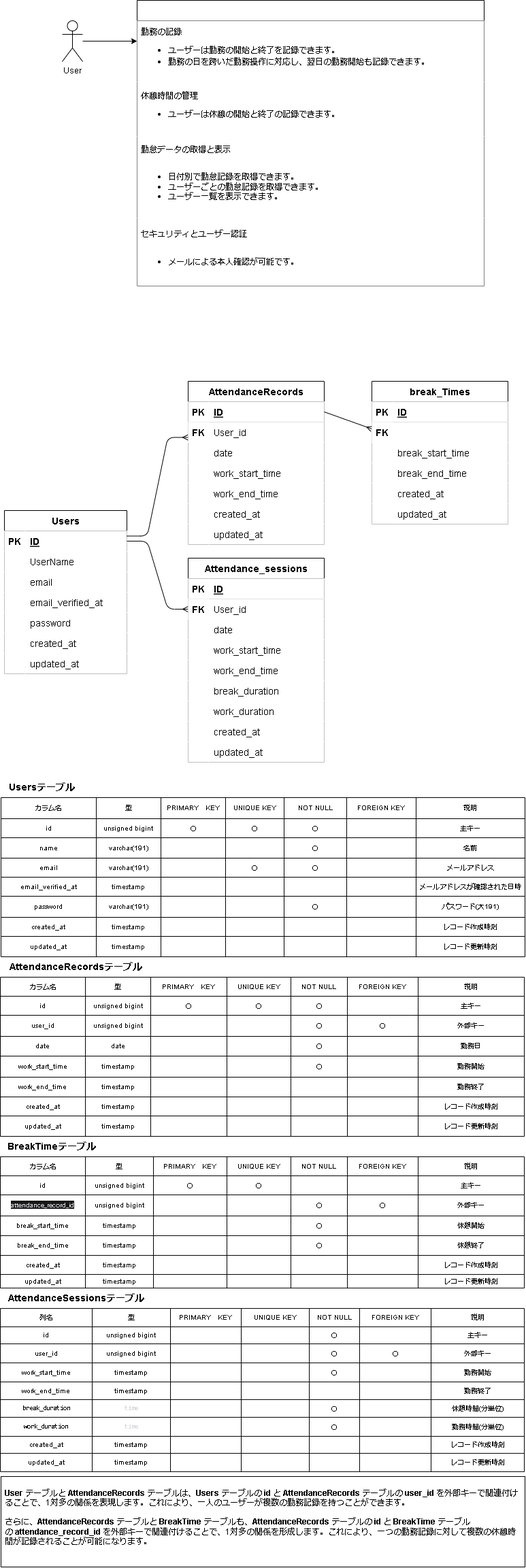
Before: atte.drawio.png, a diagram exported from draw.io (ponponmama/20240625-erika_hara-atte). Source tidied: cells renumbered, new cells last; positions are measured from the earlier drawing's top-left corner, leaving out a move shared by most shapes.
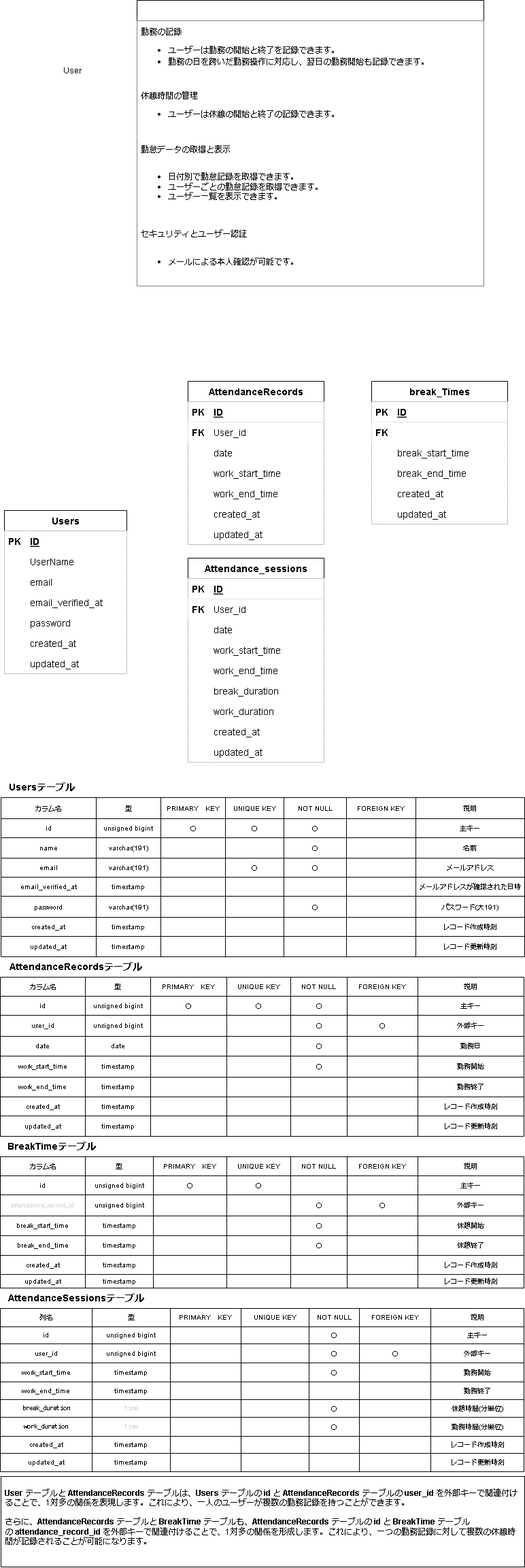
The same diagram one commit later.

Change to the diagram source:
```diff
@@ -275,13 +275,13 @@
     <mxCell id="92" value="updated_at" style="shape=partialRectangle;fillColor=default;top=0;left=0;bottom=0;right=0;align=left;spacingLeft=6;overflow=hidden;fontSize=14;" parent="90" vertex="1">
       <mxGeometry x="30" width="170" height="30" as="geometry" />
     </mxCell>
-    <mxCell id="93" style="edgeStyle=entityRelationEdgeStyle;fontSize=12;html=1;endArrow=ERmany;fontColor=#FFFFFF;endFill=0;startArrow=none;startFill=0;exitX=1;exitY=0.25;exitDx=0;exitDy=0;entryX=1;entryY=0.25;entryDx=0;entryDy=0;" parent="1" edge="1" source="5" target="96">
+    <mxCell id="93" style="edgeStyle=entityRelationEdgeStyle;fontSize=12;html=1;endArrow=ERmany;fontColor=#FFFFFF;endFill=0;startArrow=none;startFill=0;exitX=1;exitY=0.25;exitDx=0;exitDy=0;entryX=1;entryY=0.25;entryDx=0;entryDy=0;strokeColor=#FFFFFF;" parent="1" edge="1" source="5" target="96">
       <mxGeometry relative="1" as="geometry" />
     </mxCell>
-    <mxCell id="94" style="edgeStyle=entityRelationEdgeStyle;fontSize=12;html=1;endArrow=ERmany;fontColor=#FFFFFF;entryX=0;entryY=0.5;entryDx=0;entryDy=0;endFill=0;startArrow=none;startFill=0;exitX=1;exitY=0.5;exitDx=0;exitDy=0;" parent="1" edge="1" source="5" target="97">
+    <mxCell id="94" style="edgeStyle=entityRelationEdgeStyle;fontSize=12;html=1;endArrow=ERmany;fontColor=#FFFFFF;entryX=0;entryY=0.5;entryDx=0;entryDy=0;endFill=0;startArrow=none;startFill=0;exitX=1;exitY=0.5;exitDx=0;exitDy=0;strokeColor=#FFFFFF;" parent="1" edge="1" source="5" target="97">
       <mxGeometry relative="1" as="geometry" />
     </mxCell>
-    <mxCell id="95" style="fontSize=12;html=1;endArrow=ERmany;fontColor=#FFFFFF;endFill=0;startArrow=none;startFill=0;exitX=1;exitY=0.5;exitDx=0;exitDy=0;" parent="1" edge="1" source="27">
+    <mxCell id="95" style="fontSize=12;html=1;endArrow=ERmany;fontColor=#FFFFFF;endFill=0;startArrow=none;startFill=0;exitX=1;exitY=0.5;exitDx=0;exitDy=0;strokeColor=#FFFFFF;" parent="1" edge="1" source="27">
       <mxGeometry relative="1" as="geometry">
         <mxPoint x="546" y="630" as="targetPoint" />
       </mxGeometry>
@@ -745,7 +745,7 @@
     <mxCell id="248" style="shape=tableRow;horizontal=0;startSize=0;swimlaneHead=0;swimlaneBody=0;top=0;left=0;bottom=0;right=0;fillColor=none;fontSize=10;" parent="231" vertex="1">
       <mxGeometry y="56" width="770" height="31" as="geometry" />
     </mxCell>
-    <mxCell id="249" value="&lt;font style=&quot;font-size: 10px;&quot;&gt;&lt;span style=&quot;color: rgb(214, 214, 221); font-family: &amp;quot;Segoe WPC&amp;quot;, &amp;quot;Segoe UI&amp;quot;, &amp;quot;Yu Gothic UI&amp;quot;, &amp;quot;Meiryo UI&amp;quot;, sans-serif; text-align: start; background-color: rgb(24, 24, 24);&quot;&gt;a&lt;/span&gt;&lt;span style=&quot;color: rgb(214, 214, 221); font-family: &amp;quot;Segoe WPC&amp;quot;, &amp;quot;Segoe UI&amp;quot;, &amp;quot;Yu Gothic UI&amp;quot;, &amp;quot;Meiryo UI&amp;quot;, sans-serif; text-align: start; background-color: rgb(24, 24, 24);&quot;&gt;t&lt;/span&gt;&lt;span style=&quot;color: rgb(214, 214, 221); font-family: &amp;quot;Segoe WPC&amp;quot;, &amp;quot;Segoe UI&amp;quot;, &amp;quot;Yu Gothic UI&amp;quot;, &amp;quot;Meiryo UI&amp;quot;, sans-serif; text-align: start; background-color: rgb(24, 24, 24);&quot;&gt;t&lt;/span&gt;&lt;span style=&quot;color: rgb(214, 214, 221); font-family: &amp;quot;Segoe WPC&amp;quot;, &amp;quot;Segoe UI&amp;quot;, &amp;quot;Yu Gothic UI&amp;quot;, &amp;quot;Meiryo UI&amp;quot;, sans-serif; text-align: start; background-color: rgb(24, 24, 24);&quot;&gt;e&lt;/span&gt;&lt;span style=&quot;color: rgb(214, 214, 221); font-family: &amp;quot;Segoe WPC&amp;quot;, &amp;quot;Segoe UI&amp;quot;, &amp;quot;Yu Gothic UI&amp;quot;, &amp;quot;Meiryo UI&amp;quot;, sans-serif; text-align: start; background-color: rgb(24, 24, 24);&quot;&gt;n&lt;/span&gt;&lt;span style=&quot;color: rgb(214, 214, 221); font-family: &amp;quot;Segoe WPC&amp;quot;, &amp;quot;Segoe UI&amp;quot;, &amp;quot;Yu Gothic UI&amp;quot;, &amp;quot;Meiryo UI&amp;quot;, sans-serif; text-align: start; background-color: rgb(24, 24, 24);&quot;&gt;d&lt;/span&gt;&lt;span style=&quot;color: rgb(214, 214, 221); font-family: &amp;quot;Segoe WPC&amp;quot;, &amp;quot;Segoe UI&amp;quot;, &amp;quot;Yu Gothic UI&amp;quot;, &amp;quot;Meiryo UI&amp;quot;, sans-serif; text-align: start; background-color: rgb(24, 24, 24);&quot;&gt;a&lt;/span&gt;&lt;span style=&quot;color: rgb(214, 214, 221); font-family: &amp;quot;Segoe WPC&amp;quot;, &amp;quot;Segoe UI&amp;quot;, &amp;quot;Yu Gothic UI&amp;quot;, &amp;quot;Meiryo UI&amp;quot;, sans-serif; text-align: start; background-color: rgb(24, 24, 24);&quot;&gt;n&lt;/span&gt;&lt;span style=&quot;color: rgb(214, 214, 221); font-family: &amp;quot;Segoe WPC&amp;quot;, &amp;quot;Segoe UI&amp;quot;, &amp;quot;Yu Gothic UI&amp;quot;, &amp;quot;Meiryo UI&amp;quot;, sans-serif; text-align: start; background-color: rgb(24, 24, 24);&quot;&gt;c&lt;/span&gt;&lt;span style=&quot;color: rgb(214, 214, 221); font-family: &amp;quot;Segoe WPC&amp;quot;, &amp;quot;Segoe UI&amp;quot;, &amp;quot;Yu Gothic UI&amp;quot;, &amp;quot;Meiryo UI&amp;quot;, sans-serif; text-align: start; background-color: rgb(24, 24, 24);&quot;&gt;e&lt;/span&gt;&lt;span style=&quot;color: rgb(214, 214, 221); font-family: &amp;quot;Segoe WPC&amp;quot;, &amp;quot;Segoe UI&amp;quot;, &amp;quot;Yu Gothic UI&amp;quot;, &amp;quot;Meiryo UI&amp;quot;, sans-serif; text-align: start; background-color: rgb(24, 24, 24);&quot;&gt;_r&lt;/span&gt;&lt;span style=&quot;color: rgb(214, 214, 221); font-family: &amp;quot;Segoe WPC&amp;quot;, &amp;quot;Segoe UI&amp;quot;, &amp;quot;Yu Gothic UI&amp;quot;, &amp;quot;Meiryo UI&amp;quot;, sans-serif; text-align: start; background-color: rgb(24, 24, 24);&quot;&gt;e&lt;/span&gt;&lt;span style=&quot;color: rgb(214, 214, 221); font-family: &amp;quot;Segoe WPC&amp;quot;, &amp;quot;Segoe UI&amp;quot;, &amp;quot;Yu Gothic UI&amp;quot;, &amp;quot;Meiryo UI&amp;quot;, sans-serif; text-align: start; background-color: rgb(24, 24, 24);&quot;&gt;c&lt;/span&gt;&lt;span style=&quot;color: rgb(214, 214, 221); font-family: &amp;quot;Segoe WPC&amp;quot;, &amp;quot;Segoe UI&amp;quot;, &amp;quot;Yu Gothic UI&amp;quot;, &amp;quot;Meiryo UI&amp;quot;, sans-serif; text-align: start; background-color: rgb(24, 24, 24);&quot;&gt;o&lt;/span&gt;&lt;span style=&quot;color: rgb(214, 214, 221); font-family: &amp;quot;Segoe WPC&amp;quot;, &amp;quot;Segoe UI&amp;quot;, &amp;quot;Yu Gothic UI&amp;quot;, &amp;quot;Meiryo UI&amp;quot;, sans-serif; text-align: start; background-color: rgb(24, 24, 24);&quot;&gt;r&lt;/span&gt;&lt;span style=&quot;color: rgb(214, 214, 221); font-family: &amp;quot;Segoe WPC&amp;quot;, &amp;quot;Segoe UI&amp;quot;, &amp;quot;Yu Gothic UI&amp;quot;, &amp;quot;Meiryo UI&amp;quot;, sans-serif; text-align: start; background-color: rgb(24, 24, 24);&quot;&gt;d&lt;/span&gt;&lt;span style=&quot;color: rgb(214, 214, 221); font-family: &amp;quot;Segoe WPC&amp;quot;, &amp;quot;Segoe UI&amp;quot;, &amp;quot;Yu Gothic UI&amp;quot;, &amp;quot;Meiryo UI&amp;quot;, sans-serif; text-align: start; background-color: rgb(24, 24, 24);&quot;&gt;_i&lt;/span&gt;&lt;span style=&quot;color: rgb(214, 214, 221); font-family: &amp;quot;Segoe WPC&amp;quot;, &amp;quot;Segoe UI&amp;quot;, &amp;quot;Yu Gothic UI&amp;quot;, &amp;quot;Meiryo UI&amp;quot;, sans-serif; text-align: start; background-color: rgb(24, 24, 24);&quot;&gt;d&lt;/span&gt;&lt;/font&gt;" style="shape=partialRectangle;html=1;whiteSpace=wrap;fillColor=none;top=0;left=0;bottom=0;right=0;overflow=hidden;fontSize=10;" parent="248" vertex="1">
+    <mxCell id="249" value="&lt;font style=&quot;font-size: 10px;&quot;&gt;&lt;span style=&quot;color: rgb(214, 214, 221); font-family: &amp;quot;Segoe WPC&amp;quot;, &amp;quot;Segoe UI&amp;quot;, &amp;quot;Yu Gothic UI&amp;quot;, &amp;quot;Meiryo UI&amp;quot;, sans-serif; text-align: start;&quot;&gt;a&lt;/span&gt;&lt;span style=&quot;color: rgb(214, 214, 221); font-family: &amp;quot;Segoe WPC&amp;quot;, &amp;quot;Segoe UI&amp;quot;, &amp;quot;Yu Gothic UI&amp;quot;, &amp;quot;Meiryo UI&amp;quot;, sans-serif; text-align: start;&quot;&gt;t&lt;/span&gt;&lt;span style=&quot;color: rgb(214, 214, 221); font-family: &amp;quot;Segoe WPC&amp;quot;, &amp;quot;Segoe UI&amp;quot;, &amp;quot;Yu Gothic UI&amp;quot;, &amp;quot;Meiryo UI&amp;quot;, sans-serif; text-align: start;&quot;&gt;t&lt;/span&gt;&lt;span style=&quot;color: rgb(214, 214, 221); font-family: &amp;quot;Segoe WPC&amp;quot;, &amp;quot;Segoe UI&amp;quot;, &amp;quot;Yu Gothic UI&amp;quot;, &amp;quot;Meiryo UI&amp;quot;, sans-serif; text-align: start;&quot;&gt;e&lt;/span&gt;&lt;span style=&quot;color: rgb(214, 214, 221); font-family: &amp;quot;Segoe WPC&amp;quot;, &amp;quot;Segoe UI&amp;quot;, &amp;quot;Yu Gothic UI&amp;quot;, &amp;quot;Meiryo UI&amp;quot;, sans-serif; text-align: start;&quot;&gt;n&lt;/span&gt;&lt;span style=&quot;color: rgb(214, 214, 221); font-family: &amp;quot;Segoe WPC&amp;quot;, &amp;quot;Segoe UI&amp;quot;, &amp;quot;Yu Gothic UI&amp;quot;, &amp;quot;Meiryo UI&amp;quot;, sans-serif; text-align: start;&quot;&gt;d&lt;/span&gt;&lt;span style=&quot;color: rgb(214, 214, 221); font-family: &amp;quot;Segoe WPC&amp;quot;, &amp;quot;Segoe UI&amp;quot;, &amp;quot;Yu Gothic UI&amp;quot;, &amp;quot;Meiryo UI&amp;quot;, sans-serif; text-align: start;&quot;&gt;a&lt;/span&gt;&lt;span style=&quot;color: rgb(214, 214, 221); font-family: &amp;quot;Segoe WPC&amp;quot;, &amp;quot;Segoe UI&amp;quot;, &amp;quot;Yu Gothic UI&amp;quot;, &amp;quot;Meiryo UI&amp;quot;, sans-serif; text-align: start;&quot;&gt;n&lt;/span&gt;&lt;span style=&quot;color: rgb(214, 214, 221); font-family: &amp;quot;Segoe WPC&amp;quot;, &amp;quot;Segoe UI&amp;quot;, &amp;quot;Yu Gothic UI&amp;quot;, &amp;quot;Meiryo UI&amp;quot;, sans-serif; text-align: start;&quot;&gt;c&lt;/span&gt;&lt;span style=&quot;color: rgb(214, 214, 221); font-family: &amp;quot;Segoe WPC&amp;quot;, &amp;quot;Segoe UI&amp;quot;, &amp;quot;Yu Gothic UI&amp;quot;, &amp;quot;Meiryo UI&amp;quot;, sans-serif; text-align: start;&quot;&gt;e&lt;/span&gt;&lt;span style=&quot;color: rgb(214, 214, 221); font-family: &amp;quot;Segoe WPC&amp;quot;, &amp;quot;Segoe UI&amp;quot;, &amp;quot;Yu Gothic UI&amp;quot;, &amp;quot;Meiryo UI&amp;quot;, sans-serif; text-align: start;&quot;&gt;_r&lt;/span&gt;&lt;span style=&quot;color: rgb(214, 214, 221); font-family: &amp;quot;Segoe WPC&amp;quot;, &amp;quot;Segoe UI&amp;quot;, &amp;quot;Yu Gothic UI&amp;quot;, &amp;quot;Meiryo UI&amp;quot;, sans-serif; text-align: start;&quot;&gt;e&lt;/span&gt;&lt;span style=&quot;color: rgb(214, 214, 221); font-family: &amp;quot;Segoe WPC&amp;quot;, &amp;quot;Segoe UI&amp;quot;, &amp;quot;Yu Gothic UI&amp;quot;, &amp;quot;Meiryo UI&amp;quot;, sans-serif; text-align: start;&quot;&gt;c&lt;/span&gt;&lt;span style=&quot;color: rgb(214, 214, 221); font-family: &amp;quot;Segoe WPC&amp;quot;, &amp;quot;Segoe UI&amp;quot;, &amp;quot;Yu Gothic UI&amp;quot;, &amp;quot;Meiryo UI&amp;quot;, sans-serif; text-align: start;&quot;&gt;o&lt;/span&gt;&lt;span style=&quot;color: rgb(214, 214, 221); font-family: &amp;quot;Segoe WPC&amp;quot;, &amp;quot;Segoe UI&amp;quot;, &amp;quot;Yu Gothic UI&amp;quot;, &amp;quot;Meiryo UI&amp;quot;, sans-serif; text-align: start;&quot;&gt;r&lt;/span&gt;&lt;span style=&quot;color: rgb(214, 214, 221); font-family: &amp;quot;Segoe WPC&amp;quot;, &amp;quot;Segoe UI&amp;quot;, &amp;quot;Yu Gothic UI&amp;quot;, &amp;quot;Meiryo UI&amp;quot;, sans-serif; text-align: start;&quot;&gt;d&lt;/span&gt;&lt;span style=&quot;color: rgb(214, 214, 221); font-family: &amp;quot;Segoe WPC&amp;quot;, &amp;quot;Segoe UI&amp;quot;, &amp;quot;Yu Gothic UI&amp;quot;, &amp;quot;Meiryo UI&amp;quot;, sans-serif; text-align: start;&quot;&gt;_i&lt;/span&gt;&lt;span style=&quot;color: rgb(214, 214, 221); font-family: &amp;quot;Segoe WPC&amp;quot;, &amp;quot;Segoe UI&amp;quot;, &amp;quot;Yu Gothic UI&amp;quot;, &amp;quot;Meiryo UI&amp;quot;, sans-serif; text-align: start;&quot;&gt;d&lt;/span&gt;&lt;/font&gt;" style="shape=partialRectangle;html=1;whiteSpace=wrap;fillColor=none;top=0;left=0;bottom=0;right=0;overflow=hidden;fontSize=10;" parent="248" vertex="1">
       <mxGeometry width="125" height="31" as="geometry" />
     </mxCell>
     <mxCell id="250" value="unsigned bigint" style="shape=partialRectangle;html=1;whiteSpace=wrap;fillColor=none;top=0;left=0;bottom=0;right=0;overflow=hidden;fontSize=10;" parent="248" vertex="1">
@@ -1090,12 +1090,12 @@
     <mxCell id="363" value="&lt;font style=&quot;font-size: 14px;&quot;&gt;AttendanceSessionsテーブル&lt;/font&gt;" style="text;html=1;align=center;verticalAlign=middle;strokeColor=none;fillColor=none;fontSize=14;fontStyle=1;" parent="1" vertex="1">
       <mxGeometry x="1" y="1892.9" width="220" height="30" as="geometry" />
     </mxCell>
-    <mxCell id="364" style="edgeStyle=none;html=1;" parent="1" edge="1" source="365">
+    <mxCell id="364" style="edgeStyle=none;html=1;strokeColor=#FFFFFF;" parent="1" edge="1" source="365">
       <mxGeometry relative="1" as="geometry">
         <mxPoint x="201" y="60" as="targetPoint" />
       </mxGeometry>
     </mxCell>
-    <mxCell id="365" value="User&lt;br&gt;" style="shape=umlActor;verticalLabelPosition=bottom;verticalAlign=top;html=1;outlineConnect=0;" parent="1" vertex="1">
+    <mxCell id="365" value="User&lt;br&gt;" style="shape=umlActor;verticalLabelPosition=bottom;verticalAlign=top;html=1;outlineConnect=0;strokeColor=#FFFFFF;" parent="1" vertex="1">
       <mxGeometry x="91" y="30" width="30" height="60" as="geometry" />
     </mxCell>
     <mxCell id="366" value="atee" style="swimlane;fontStyle=0;horizontal=1;startSize=30;whiteSpace=wrap;html=1;fillColor=default;fontColor=#FFFFFF;" parent="1" vertex="1">
```
